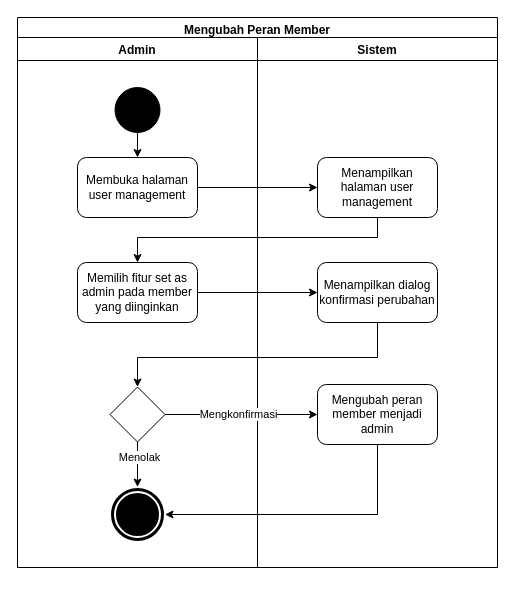
techie-jhs/thesis keeps this draw.io diagram as Diagram/Activity Diagram/27. mengubah peran member.drawio. Above is the earlier version. Source tidied: cells renumbered, new cells numbered last; positions are measured from the earlier drawing's top-left corner, leaving out a move shared by most shapes. Both pictures are drawn from the tidied source at 100%, with x=0, y=0 at pixel (17, 17).
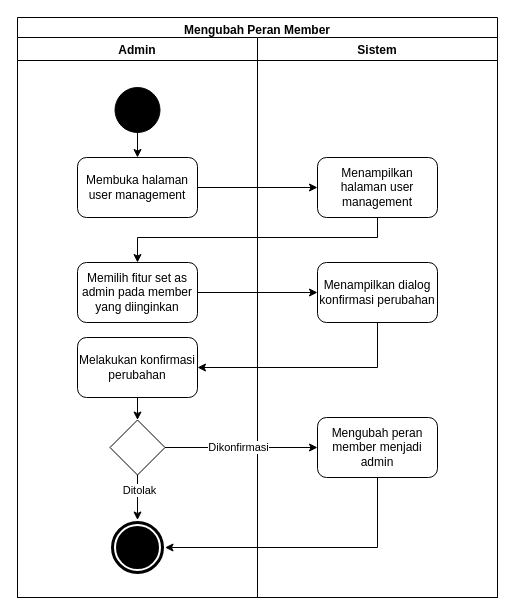
Above is the later version.

The change refers to these unchanged cells:
```xml
<mxCell id="11" value="Menampilkan dialog konfirmasi perubahan" style="rounded=1;whiteSpace=wrap;html=1;fillColor=none;" parent="8" vertex="1">
  <mxGeometry x="60" y="225" width="120" height="60" as="geometry" />
</mxCell>
<mxCell id="14" style="edgeStyle=orthogonalEdgeStyle;rounded=0;jettySize=auto;html=1;" parent="8" edge="1" source="12" target="13">
  <mxGeometry relative="1" as="geometry" />
</mxCell>
```

The edit, as a diff of the source:
```diff
@@
     <mxCell id="2" value="Mengubah Peran Member" style="swimlane;fillColor=none;" parent="1" vertex="1">
-      <mxGeometry width="480" height="550" as="geometry" />
+      <mxGeometry width="480" height="580" as="geometry" />
     </mxCell>
     <mxCell id="3" value="Admin" style="swimlane;" parent="2" vertex="1">
-      <mxGeometry y="20" width="240" height="530" as="geometry" />
+      <mxGeometry y="20" width="240" height="560" as="geometry" />
     </mxCell>
@@
+    <mxCell id="23" value="Melakukan konfirmasi perubahan" style="rounded=1;whiteSpace=wrap;html=1;fillColor=none;" parent="3" vertex="1">
+      <mxGeometry x="60" y="300" width="120" height="60" as="geometry" />
+    </mxCell>
     <mxCell id="8" value="Sistem" style="swimlane;" parent="2" vertex="1">
-      <mxGeometry x="240" y="20" width="240" height="530" as="geometry" />
+      <mxGeometry x="240" y="20" width="240" height="560" as="geometry" />
     </mxCell>
@@
-    <mxCell id="10" style="edgeStyle=orthogonalEdgeStyle;rounded=0;jettySize=auto;html=1;entryX=0.5;entryY=0;entryDx=0;entryDy=0;" parent="8" edge="1" source="11" target="12">
-      <mxGeometry relative="1" as="geometry">
-        <Array as="points">
-          <mxPoint x="120" y="320" />
-          <mxPoint x="-120" y="320" />
-        </Array>
-      </mxGeometry>
-    </mxCell>
@@
     <mxCell id="12" style="rhombus;whiteSpace=wrap;html=1;fillColor=none;" parent="8" vertex="1">
-      <mxGeometry x="-147.5" y="349.5" width="55" height="55" as="geometry" />
+      <mxGeometry x="-147.5" y="382.5" width="55" height="55" as="geometry" />
     </mxCell>
     <mxCell id="13" style="ellipse;shape=doubleEllipse;whiteSpace=wrap;html=1;fillColor=#000000;strokeColor=#FFFFFF;strokeWidth=2;" parent="8" vertex="1">
-      <mxGeometry x="-147.5" y="449.5" width="55" height="55" as="geometry" />
+      <mxGeometry x="-147.5" y="482.5" width="55" height="55" as="geometry" />
     </mxCell>
@@
-    <mxCell id="15" value="Menolak" style="edgeLabel;html=1;align=center;verticalAlign=middle;" parent="14" vertex="1">
+    <mxCell id="15" value="Ditolak" style="edgeLabel;html=1;align=center;verticalAlign=middle;" parent="14" vertex="1">
       <mxGeometry x="-0.33" y="1" relative="1" as="geometry" />
     </mxCell>
     <mxCell id="16" value="Mengubah peran member menjadi admin" style="rounded=1;whiteSpace=wrap;html=1;fillColor=none;" parent="8" vertex="1">
-      <mxGeometry x="60" y="347" width="120" height="60" as="geometry" />
+      <mxGeometry x="60" y="380" width="120" height="60" as="geometry" />
     </mxCell>
     <mxCell id="17" style="edgeStyle=orthogonalEdgeStyle;rounded=0;jettySize=auto;html=1;entryX=0;entryY=0.5;entryDx=0;entryDy=0;exitX=1;exitY=0.5;exitDx=0;exitDy=0;" parent="8" edge="1" source="12" target="16">
       <mxGeometry relative="1" as="geometry">
         <Array as="points">
-          <mxPoint x="60" y="376.5" />
+          <mxPoint x="60" y="409.5" />
         </Array>
       </mxGeometry>
     </mxCell>
-    <mxCell id="18" value="Mengkonfirmasi" style="edgeLabel;html=1;align=center;verticalAlign=middle;" parent="17" vertex="1">
+    <mxCell id="18" value="Dikonfirmasi" style="edgeLabel;html=1;align=center;verticalAlign=middle;" parent="17" vertex="1">
       <mxGeometry x="-0.14" y="3" relative="1" as="geometry">
         <mxPoint x="7" y="2" as="offset" />
       </mxGeometry>
     </mxCell>
     <mxCell id="19" style="edgeStyle=orthogonalEdgeStyle;rounded=0;jettySize=auto;html=1;entryX=1;entryY=0.5;entryDx=0;entryDy=0;" parent="8" edge="1" source="16" target="13">
       <mxGeometry relative="1" as="geometry">
         <Array as="points">
-          <mxPoint x="120" y="477.5" />
+          <mxPoint x="120" y="510.5" />
         </Array>
       </mxGeometry>
     </mxCell>
@@
+    <mxCell id="24" style="edgeStyle=orthogonalEdgeStyle;rounded=0;jettySize=auto;html=1;entryX=1;entryY=0.5;entryDx=0;entryDy=0;" parent="2" edge="1" source="11" target="23">
+      <mxGeometry relative="1" as="geometry">
+        <Array as="points">
+          <mxPoint x="360" y="350" />
+        </Array>
+      </mxGeometry>
+    </mxCell>
+    <mxCell id="25" style="edgeStyle=orthogonalEdgeStyle;rounded=0;jettySize=auto;html=1;" parent="2" edge="1" source="23" target="12">
+      <mxGeometry relative="1" as="geometry" />
+    </mxCell>
```
